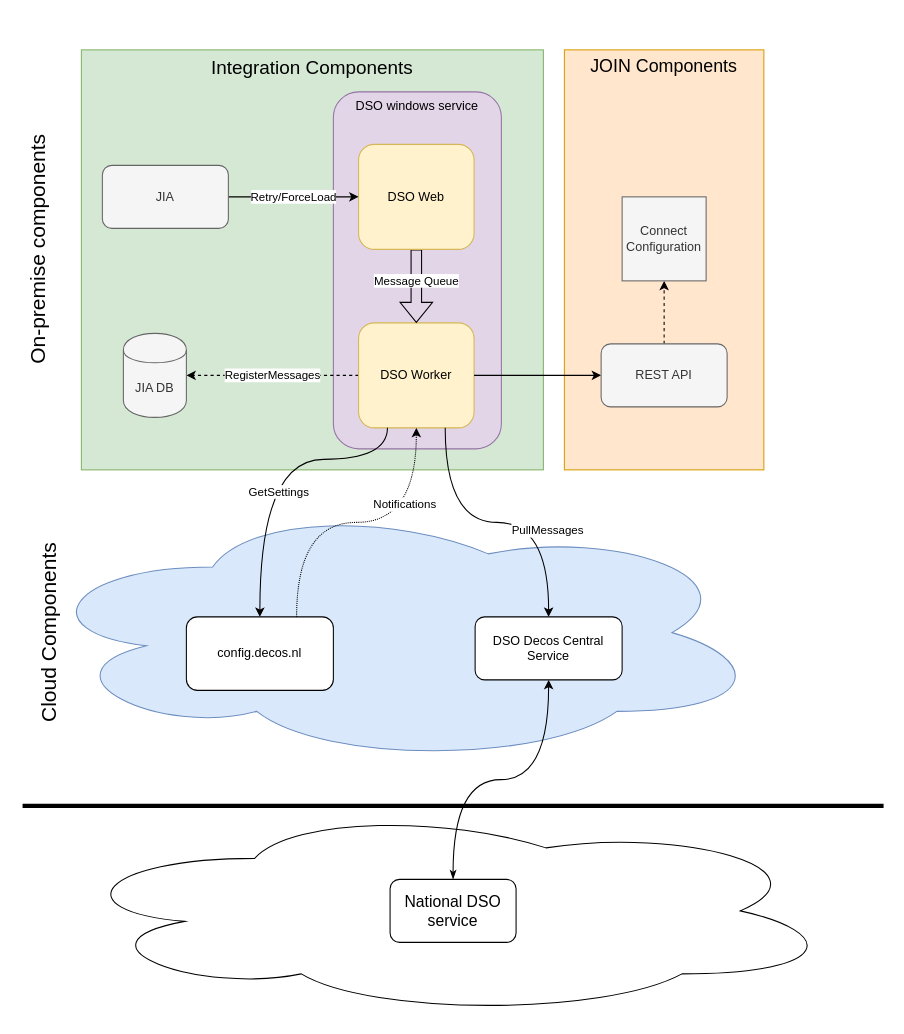
The draw.io diagram DSO.drawio in surajpunugade/surajgithubsite, before the edit. Source tidied: cells renumbered, new cells numbered last; positions are measured from the earlier drawing's top-left corner, leaving out a move shared by most shapes. Both pictures are drawn from the tidied source at 105%, with x=0, y=0 at pixel (18, 18).
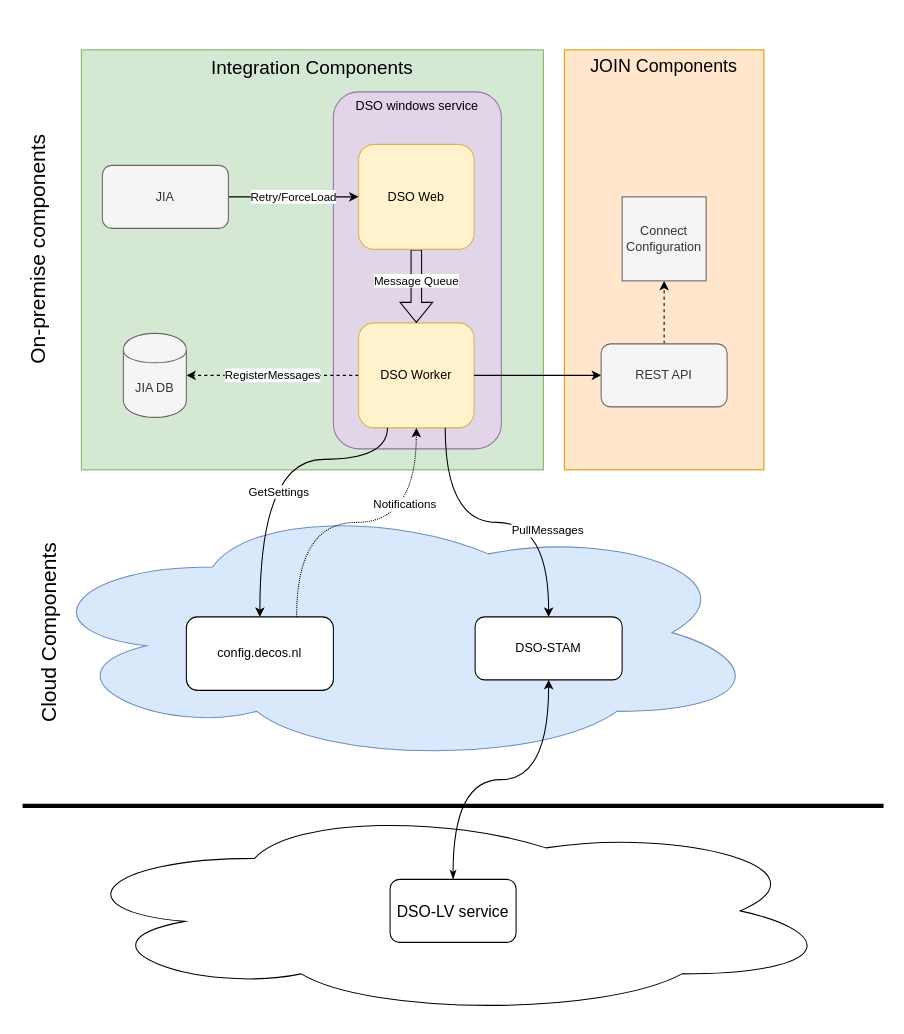
The same diagram, later.

The edit, as a diff of the source:
```diff
@@
-    <mxCell id="23" value="DSO Decos Central Service" style="rounded=1;whiteSpace=wrap;html=1;" parent="1" vertex="1">
+    <mxCell id="23" value="DSO-STAM" style="rounded=1;whiteSpace=wrap;html=1;" parent="1" vertex="1">
       <mxGeometry x="435" y="570" width="140" height="60" as="geometry" />
     </mxCell>
@@
-    <mxCell id="29" value="National DSO service" style="rounded=1;whiteSpace=wrap;html=1;fontSize=15;" parent="1" vertex="1">
+    <mxCell id="29" value="DSO-LV service" style="rounded=1;whiteSpace=wrap;html=1;fontSize=15;" parent="1" vertex="1">
       <mxGeometry x="354" y="820" width="120" height="60" as="geometry" />
     </mxCell>
```
